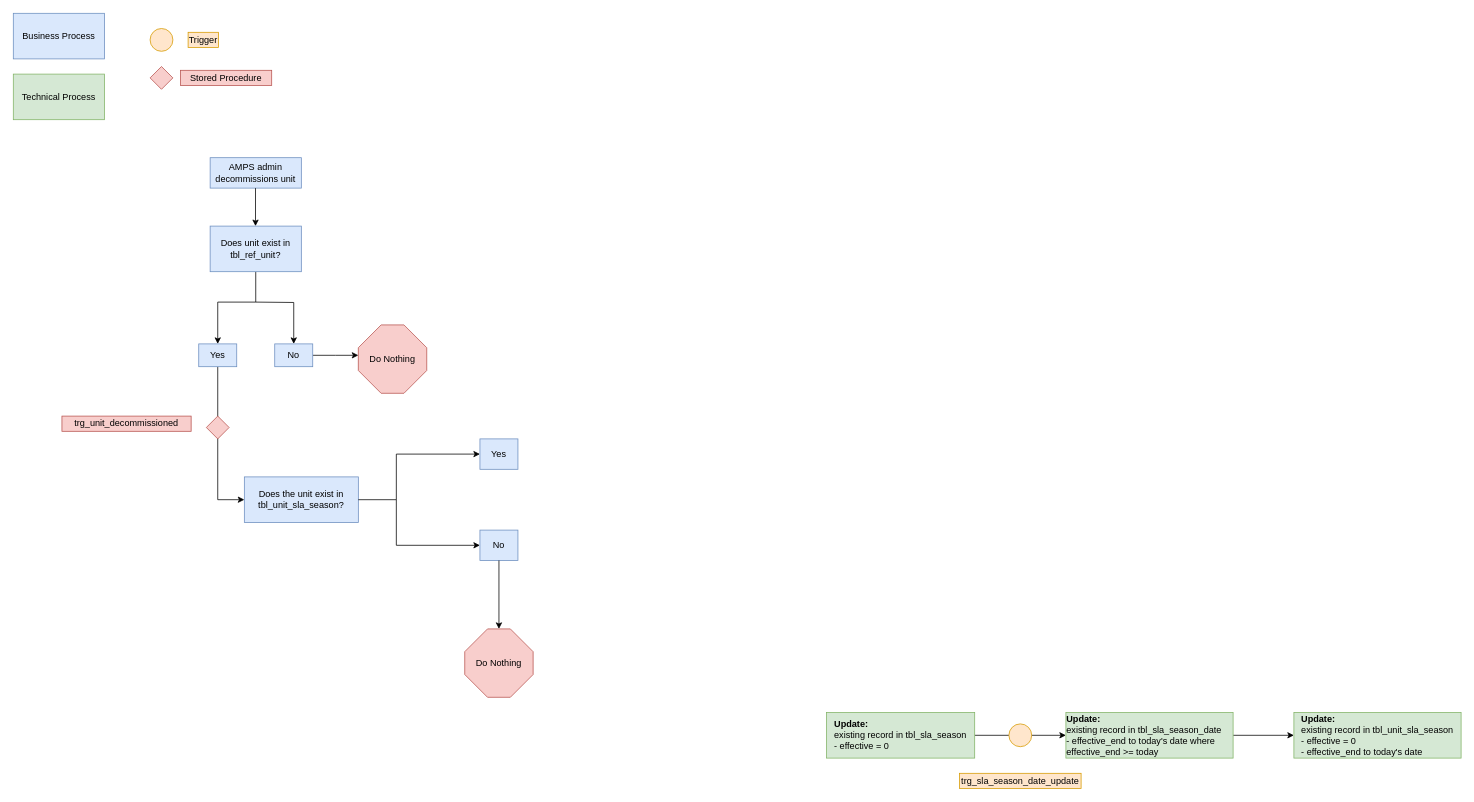
Above: images/trg_unit_decommissioned.drawio in NYC-Parks/SLADB (draw.io), before the change. Source tidied: cells renumbered, new cells numbered last; positions are measured from the earlier drawing's top-left corner, leaving out a move shared by most shapes. Both pictures are drawn from the tidied source at 76%, with x=0, y=0 at pixel (13, 13).
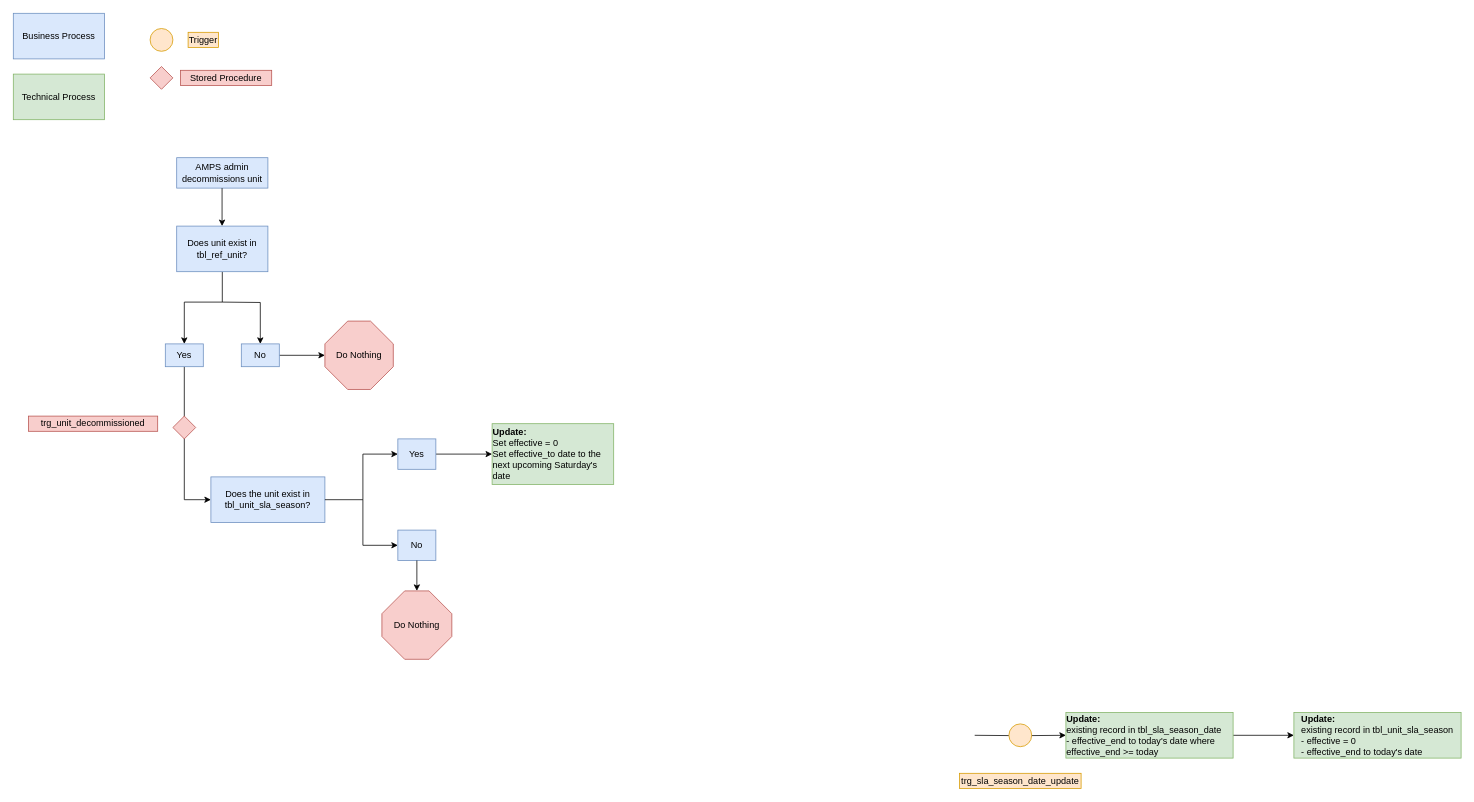
The same diagram, later.

Commit message:
Update trg_unit_decommissioned

Unchanged cells that the change refers to:
```xml
<mxCell id="19" value="&lt;div style=&quot;text-align: left&quot;&gt;&lt;b&gt;Update:&lt;/b&gt;&lt;/div&gt;&lt;div style=&quot;text-align: left&quot;&gt;&lt;span&gt;existing record in tbl_sla_season_date&lt;/span&gt;&lt;/div&gt;&lt;div style=&quot;text-align: left&quot;&gt;&lt;span&gt;- effective_end to today's date where effective_end &amp;gt;= today&lt;/span&gt;&lt;/div&gt;" style="rounded=0;whiteSpace=wrap;html=1;fillColor=#d5e8d4;strokeColor=#82b366;" parent="1" vertex="1">
  <mxGeometry x="1385" y="920" width="220" height="60" as="geometry" />
</mxCell>
```

What changed in the source:
```diff
@@
     <mxCell id="2" value="AMPS admin decommissions unit" style="rounded=0;whiteSpace=wrap;html=1;fontSize=12;glass=0;strokeWidth=1;shadow=0;fillColor=#dae8fc;strokeColor=#6c8ebf;" parent="1" vertex="1">
-      <mxGeometry x="259" y="190" width="120" height="40" as="geometry" />
+      <mxGeometry x="215" y="190" width="120" height="40" as="geometry" />
     </mxCell>
     <mxCell id="3" style="endArrow=classic;html=1;" parent="1" edge="1">
       <mxGeometry relative="1" as="geometry">
-        <mxPoint x="318.7" y="230" as="sourcePoint" />
-        <mxPoint x="318.7" y="280" as="targetPoint" />
+        <mxPoint x="274.7" y="230" as="sourcePoint" />
+        <mxPoint x="274.7" y="280" as="targetPoint" />
       </mxGeometry>
     </mxCell>
@@
     <mxCell id="10" style="edgeStyle=orthogonalEdgeStyle;rounded=0;jettySize=auto;html=1;entryX=0.5;entryY=0;entryDx=0;entryDy=0;" parent="1" edge="1" target="14">
       <mxGeometry relative="1" as="geometry">
-        <mxPoint x="319" y="380" as="sourcePoint" />
+        <mxPoint x="275" y="380" as="sourcePoint" />
       </mxGeometry>
     </mxCell>
-    <mxCell id="11" style="edgeStyle=orthogonalEdgeStyle;rounded=0;jettySize=auto;html=1;exitX=0.5;exitY=1;exitDx=0;exitDy=0;" parent="1" edge="1" source="12">
+    <mxCell id="11" style="edgeStyle=orthogonalEdgeStyle;rounded=0;jettySize=auto;html=1;exitX=0.5;exitY=1;exitDx=0;exitDy=0;entryX=0;entryY=0.5;entryDx=0;entryDy=0;" parent="1" edge="1" source="12" target="27">
       <mxGeometry relative="1" as="geometry">
-        <mxPoint x="304" y="640" as="targetPoint" />
         <Array as="points">
-          <mxPoint x="269" y="640" />
-          <mxPoint x="269" y="640" />
+          <mxPoint x="225" y="640" />
         </Array>
       </mxGeometry>
     </mxCell>
     <mxCell id="12" value="Yes" style="rounded=0;whiteSpace=wrap;html=1;fillColor=#dae8fc;strokeColor=#6c8ebf;" parent="1" vertex="1">
-      <mxGeometry x="244" y="435" width="50" height="30" as="geometry" />
+      <mxGeometry x="200" y="435" width="50" height="30" as="geometry" />
     </mxCell>
-    <mxCell id="13" style="edgeStyle=orthogonalEdgeStyle;rounded=0;jettySize=auto;html=1;exitX=1;exitY=0.5;exitDx=0;exitDy=0;" parent="1" edge="1" source="14">
-      <mxGeometry relative="1" as="geometry">
-        <mxPoint x="454" y="450" as="targetPoint" />
-      </mxGeometry>
+    <mxCell id="13" style="edgeStyle=orthogonalEdgeStyle;rounded=0;jettySize=auto;html=1;exitX=1;exitY=0.5;exitDx=0;exitDy=0;entryX=0;entryY=0.5;entryDx=0;entryDy=0;entryPerimeter=0;" parent="1" edge="1" source="14" target="26">
+      <mxGeometry relative="1" as="geometry" />
     </mxCell>
     <mxCell id="14" value="No" style="rounded=0;whiteSpace=wrap;html=1;fillColor=#dae8fc;strokeColor=#6c8ebf;" parent="1" vertex="1">
-      <mxGeometry x="344" y="435" width="50" height="30" as="geometry" />
+      <mxGeometry x="300" y="435" width="50" height="30" as="geometry" />
     </mxCell>
     <mxCell id="15" style="edgeStyle=orthogonalEdgeStyle;rounded=0;jettySize=auto;html=1;entryX=0.5;entryY=0;entryDx=0;entryDy=0;exitX=0.5;exitY=1;exitDx=0;exitDy=0;" parent="1" edge="1" source="25" target="12">
       <mxGeometry relative="1" as="geometry">
         <Array as="points">
-          <mxPoint x="319" y="380" />
-          <mxPoint x="269" y="380" />
+          <mxPoint x="275" y="380" />
+          <mxPoint x="225" y="380" />
         </Array>
       </mxGeometry>
     </mxCell>
-    <mxCell id="16" style="edgeStyle=orthogonalEdgeStyle;rounded=0;jettySize=auto;html=1;" parent="1" edge="1" source="17" target="19">
-      <mxGeometry relative="1" as="geometry" />
+    <mxCell id="16" style="edgeStyle=orthogonalEdgeStyle;rounded=0;jettySize=auto;html=1;" parent="1" edge="1" target="19">
+      <mxGeometry relative="1" as="geometry">
+        <mxPoint x="1265" y="950" as="sourcePoint" />
+      </mxGeometry>
     </mxCell>
-    <mxCell id="17" value="&lt;div style=&quot;text-align: left&quot;&gt;&lt;b&gt;Update:&lt;/b&gt;&lt;/div&gt;&lt;div style=&quot;text-align: left&quot;&gt;&lt;span&gt;existing record in tbl_sla_season&lt;/span&gt;&lt;/div&gt;&lt;div style=&quot;text-align: left&quot;&gt;&lt;span&gt;- effective = 0&lt;/span&gt;&lt;/div&gt;" style="rounded=0;whiteSpace=wrap;html=1;fillColor=#d5e8d4;strokeColor=#82b366;" parent="1" vertex="1">
-      <mxGeometry x="1070" y="920" width="195" height="60" as="geometry" />
-    </mxCell>
@@
     <mxCell id="21" style="rhombus;whiteSpace=wrap;html=1;align=left;fillColor=#f8cecc;strokeColor=#b85450;" parent="1" vertex="1">
-      <mxGeometry x="254" y="530" width="30" height="30" as="geometry" />
+      <mxGeometry x="210" y="530" width="30" height="30" as="geometry" />
     </mxCell>
     <mxCell id="22" value="trg_unit_decommissioned" style="text;html=1;strokeColor=#b85450;fillColor=#f8cecc;align=center;verticalAlign=middle;whiteSpace=wrap;rounded=0;" parent="1" vertex="1">
-      <mxGeometry x="64" y="530" width="170" height="20" as="geometry" />
+      <mxGeometry x="20" y="530" width="170" height="20" as="geometry" />
     </mxCell>
@@
     <mxCell id="25" value="Does unit exist in tbl_ref_unit?" style="rounded=0;whiteSpace=wrap;html=1;fillColor=#dae8fc;strokeColor=#6c8ebf;" parent="1" vertex="1">
-      <mxGeometry x="259" y="280" width="120" height="60" as="geometry" />
+      <mxGeometry x="215" y="280" width="120" height="60" as="geometry" />
     </mxCell>
     <mxCell id="26" value="Do Nothing" style="whiteSpace=wrap;html=1;shape=mxgraph.basic.octagon2;align=center;verticalAlign=middle;dx=15;fillColor=#f8cecc;strokeColor=#b85450;" parent="1" vertex="1">
-      <mxGeometry x="454" y="410" width="90" height="90" as="geometry" />
+      <mxGeometry x="410" y="405" width="90" height="90" as="geometry" />
     </mxCell>
     <mxCell id="27" value="Does the unit exist in tbl_unit_sla_season?&lt;br&gt;" style="rounded=0;whiteSpace=wrap;html=1;fillColor=#dae8fc;strokeColor=#6c8ebf;" parent="1" vertex="1">
-      <mxGeometry x="304" y="610" width="150" height="60" as="geometry" />
+      <mxGeometry x="260" y="610" width="150" height="60" as="geometry" />
     </mxCell>
     <mxCell id="28" style="endArrow=classic;html=1;rounded=0;edgeStyle=orthogonalEdgeStyle;entryX=0;entryY=0.5;entryDx=0;entryDy=0;" parent="1" edge="1" source="27" target="31">
       <mxGeometry relative="1" as="geometry">
         <Array as="points">
-          <mxPoint x="504" y="640" />
-          <mxPoint x="504" y="700" />
+          <mxPoint x="460" y="640" />
+          <mxPoint x="460" y="700" />
         </Array>
       </mxGeometry>
     </mxCell>
     <mxCell id="29" style="endArrow=classic;html=1;edgeStyle=orthogonalEdgeStyle;rounded=0;entryX=0;entryY=0.5;entryDx=0;entryDy=0;" parent="1" edge="1" target="30">
       <mxGeometry relative="1" as="geometry">
-        <mxPoint x="504" y="640" as="sourcePoint" />
+        <mxPoint x="460" y="640" as="sourcePoint" />
         <Array as="points">
-          <mxPoint x="504" y="580" />
+          <mxPoint x="460" y="580" />
         </Array>
       </mxGeometry>
     </mxCell>
+    <mxCell id="34" style="edgeStyle=orthogonalEdgeStyle;rounded=0;jettySize=auto;html=1;entryX=0;entryY=0.5;entryDx=0;entryDy=0;" parent="1" edge="1" source="30" target="35">
+      <mxGeometry relative="1" as="geometry" />
+    </mxCell>
     <mxCell id="30" value="Yes" style="rounded=0;whiteSpace=wrap;html=1;fillColor=#dae8fc;strokeColor=#6c8ebf;" parent="1" vertex="1">
-      <mxGeometry x="614" y="560" width="50" height="40" as="geometry" />
+      <mxGeometry x="506" y="560" width="50" height="40" as="geometry" />
     </mxCell>
     <mxCell id="31" value="No" style="rounded=0;whiteSpace=wrap;html=1;fillColor=#dae8fc;strokeColor=#6c8ebf;" parent="1" vertex="1">
-      <mxGeometry x="614" y="680" width="50" height="40" as="geometry" />
+      <mxGeometry x="506" y="680" width="50" height="40" as="geometry" />
     </mxCell>
     <mxCell id="32" value="Do Nothing" style="whiteSpace=wrap;html=1;shape=mxgraph.basic.octagon2;align=center;verticalAlign=middle;dx=15;fillColor=#f8cecc;strokeColor=#b85450;" parent="1" vertex="1">
-      <mxGeometry x="594" y="810" width="90" height="90" as="geometry" />
+      <mxGeometry x="485" y="760" width="92" height="90" as="geometry" />
     </mxCell>
@@
+    <mxCell id="35" value="&lt;div style=&quot;text-align: left&quot;&gt;&lt;b&gt;Update:&lt;/b&gt;&lt;/div&gt;&lt;div style=&quot;text-align: left&quot;&gt;Set effective = 0&lt;/div&gt;&lt;div style=&quot;text-align: left&quot;&gt;Set effective_to date to the next upcoming Saturday's date&lt;/div&gt;" style="rounded=0;whiteSpace=wrap;html=1;fillColor=#d5e8d4;strokeColor=#82b366;" parent="1" vertex="1">
+      <mxGeometry x="630" y="540" width="160" height="80" as="geometry" />
+    </mxCell>
```
